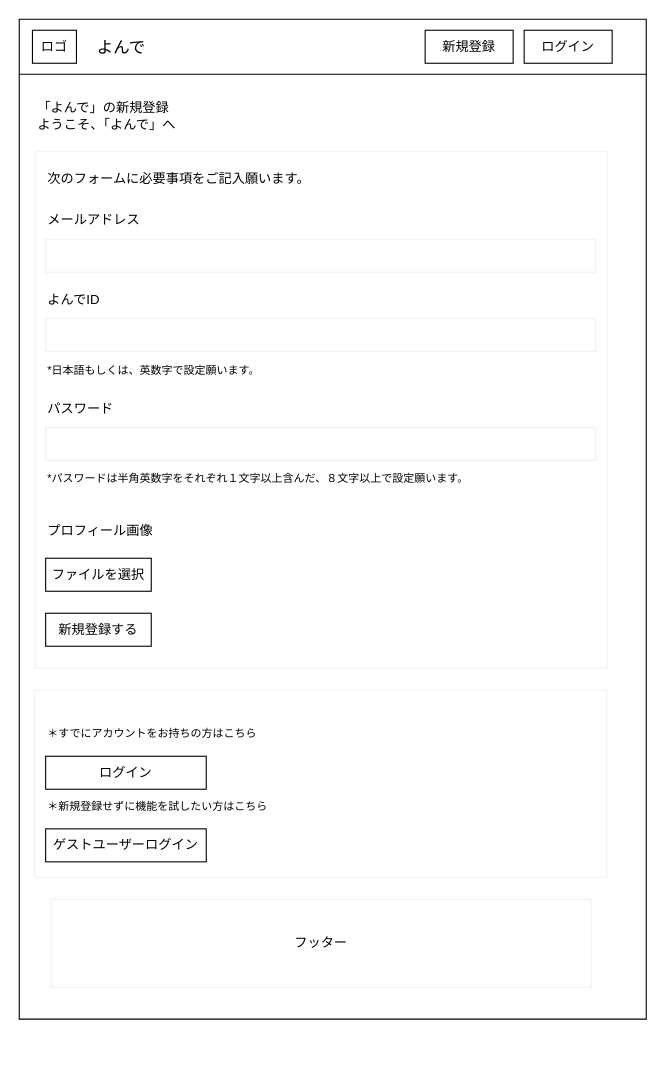
Above: src/doc/wf_signup.drawio in ryamate/Yonde (draw.io), before the change. Source tidied: cells renumbered, new cells numbered last; positions are measured from the earlier drawing's top-left corner, leaving out a move shared by most shapes. Both pictures are drawn from the tidied source at 110%, with x=0, y=0 at pixel (19, 19).
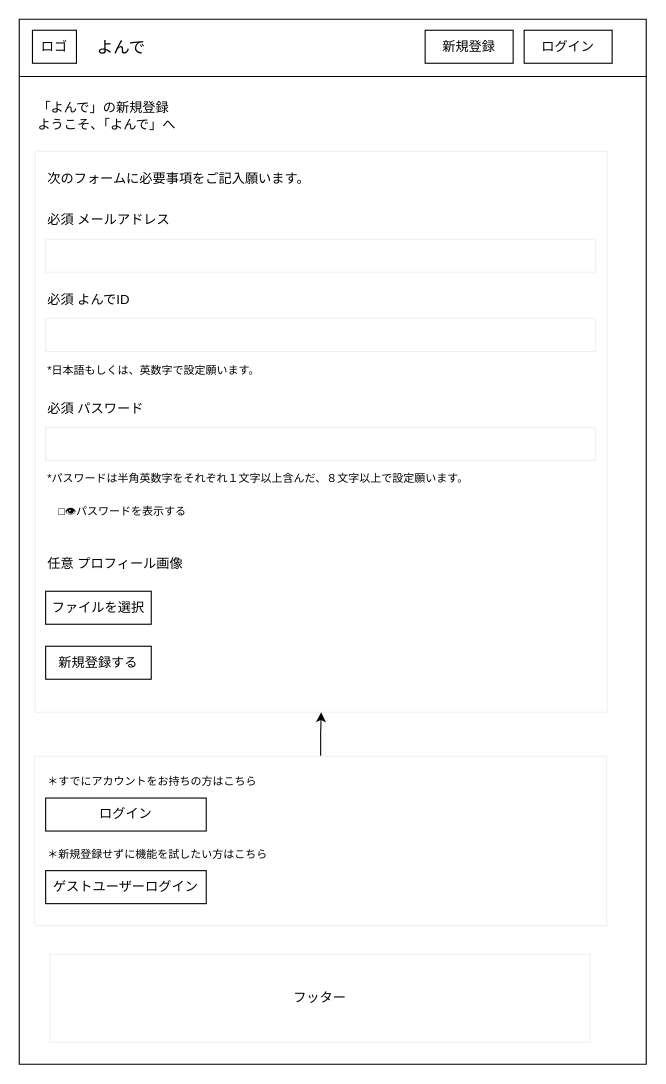
The same diagram, later.

Change to the diagram source:
```diff
@@
     <mxCell id="2" style="shape=table;html=1;whiteSpace=wrap;startSize=0;childLayout=tableLayout;" parent="1" vertex="1">
-      <mxGeometry width="570" height="909" as="geometry" />
+      <mxGeometry width="570" height="950" as="geometry" />
     </mxCell>
     <mxCell id="3" style="shape=partialRectangle;html=1;whiteSpace=wrap;fillColor=none;top=0;left=0;bottom=0;right=0;" parent="2" vertex="1">
-      <mxGeometry width="570" height="50" as="geometry" />
+      <mxGeometry width="570" height="52" as="geometry" />
     </mxCell>
     <mxCell id="4" style="shape=partialRectangle;html=1;whiteSpace=wrap;overflow=hidden;fillColor=none;top=0;left=0;bottom=0;right=0;" parent="3" vertex="1">
-      <mxGeometry width="570" height="50" as="geometry" />
+      <mxGeometry width="570" height="52" as="geometry" />
     </mxCell>
     <mxCell id="5" style="shape=partialRectangle;html=1;whiteSpace=wrap;fillColor=none;top=0;left=0;bottom=0;right=0;" parent="2" vertex="1">
-      <mxGeometry y="50" width="570" height="859" as="geometry" />
+      <mxGeometry y="52" width="570" height="898" as="geometry" />
     </mxCell>
     <mxCell id="6" style="shape=partialRectangle;html=1;whiteSpace=wrap;overflow=hidden;fillColor=none;top=0;left=0;bottom=0;right=0;" parent="5" vertex="1">
-      <mxGeometry width="570" height="859" as="geometry" />
+      <mxGeometry width="570" height="898" as="geometry" />
     </mxCell>
     <mxCell id="7" style="rounded=0;whiteSpace=wrap;html=1;shadow=0;strokeColor=#F0F0F0;" parent="1" vertex="1">
-      <mxGeometry x="14.5" y="120" width="520" height="470" as="geometry" />
+      <mxGeometry x="14.5" y="120" width="520" height="510" as="geometry" />
     </mxCell>
@@
     <mxCell id="12" value="新規登録する" style="rounded=0;whiteSpace=wrap;html=1;" parent="1" vertex="1">
-      <mxGeometry x="24" y="540" width="96" height="30" as="geometry" />
+      <mxGeometry x="24" y="570" width="96" height="30" as="geometry" />
     </mxCell>
@@
     <mxCell id="15" value="フッター" style="rounded=0;whiteSpace=wrap;html=1;shadow=0;strokeColor=#F0F0F0;" parent="1" vertex="1">
-      <mxGeometry x="29" y="800" width="491" height="80" as="geometry" />
+      <mxGeometry x="28" y="850" width="491" height="80" as="geometry" />
     </mxCell>
-    <mxCell id="16" value="メールアドレス" style="rounded=0;whiteSpace=wrap;html=1;strokeColor=none;align=left;" parent="1" vertex="1">
-      <mxGeometry x="24" y="168" width="91" height="30" as="geometry" />
+    <mxCell id="16" value="必須 メールアドレス" style="rounded=0;whiteSpace=wrap;html=1;strokeColor=none;align=left;" parent="1" vertex="1">
+      <mxGeometry x="24" y="168" width="136" height="30" as="geometry" />
     </mxCell>
@@
-    <mxCell id="18" value="よんでID" style="rounded=0;whiteSpace=wrap;html=1;strokeColor=none;align=left;" parent="1" vertex="1">
-      <mxGeometry x="24" y="240" width="91" height="30" as="geometry" />
+    <mxCell id="18" value="必須&amp;nbsp;よんでID" style="rounded=0;whiteSpace=wrap;html=1;strokeColor=none;align=left;" parent="1" vertex="1">
+      <mxGeometry x="24" y="240" width="146" height="30" as="geometry" />
     </mxCell>
@@
-    <mxCell id="20" value="パスワード" style="rounded=0;whiteSpace=wrap;html=1;strokeColor=none;align=left;" parent="1" vertex="1">
-      <mxGeometry x="24" y="339" width="91" height="30" as="geometry" />
+    <mxCell id="20" value="必須&amp;nbsp;パスワード" style="rounded=0;whiteSpace=wrap;html=1;strokeColor=none;align=left;" parent="1" vertex="1">
+      <mxGeometry x="24" y="339" width="136" height="30" as="geometry" />
     </mxCell>
@@
     <mxCell id="24" value="ファイルを選択" style="rounded=0;whiteSpace=wrap;html=1;" parent="1" vertex="1">
-      <mxGeometry x="24" y="490" width="96" height="30" as="geometry" />
+      <mxGeometry x="24" y="520" width="96" height="30" as="geometry" />
     </mxCell>
-    <mxCell id="25" value="プロフィール画像" style="rounded=0;whiteSpace=wrap;html=1;strokeColor=none;align=left;" parent="1" vertex="1">
-      <mxGeometry x="24" y="450" width="106" height="30" as="geometry" />
+    <mxCell id="25" value="任意 プロフィール画像" style="rounded=0;whiteSpace=wrap;html=1;strokeColor=none;align=left;" parent="1" vertex="1">
+      <mxGeometry x="24" y="480" width="176" height="30" as="geometry" />
     </mxCell>
+    <mxCell id="31" style="edgeStyle=orthogonalEdgeStyle;rounded=0;jettySize=auto;html=1;" parent="1" edge="1" source="26" target="7">
+      <mxGeometry relative="1" as="geometry" />
+    </mxCell>
     <mxCell id="26" style="rounded=0;whiteSpace=wrap;html=1;shadow=0;strokeColor=#F0F0F0;" parent="1" vertex="1">
-      <mxGeometry x="14" y="610" width="520" height="170" as="geometry" />
+      <mxGeometry x="14" y="670" width="520" height="154" as="geometry" />
     </mxCell>
     <mxCell id="27" value="＊新規登録せずに機能を試したい方はこちら" style="rounded=0;whiteSpace=wrap;html=1;strokeColor=none;align=left;fontSize=10;" parent="1" vertex="1">
-      <mxGeometry x="24" y="700" width="466" height="30" as="geometry" />
+      <mxGeometry x="24" y="744" width="466" height="30" as="geometry" />
     </mxCell>
     <mxCell id="28" value="ゲストユーザーログイン" style="rounded=0;whiteSpace=wrap;html=1;" parent="1" vertex="1">
-      <mxGeometry x="24" y="736" width="146" height="30" as="geometry" />
+      <mxGeometry x="24" y="774" width="146" height="30" as="geometry" />
     </mxCell>
     <mxCell id="29" value="＊すでにアカウントをお持ちの方はこちら" style="rounded=0;whiteSpace=wrap;html=1;strokeColor=none;align=left;fontSize=10;" parent="1" vertex="1">
-      <mxGeometry x="24" y="634" width="466" height="30" as="geometry" />
+      <mxGeometry x="24" y="678" width="466" height="30" as="geometry" />
     </mxCell>
     <mxCell id="30" value="ログイン" style="rounded=0;whiteSpace=wrap;html=1;" parent="1" vertex="1">
-      <mxGeometry x="24" y="670" width="146" height="30" as="geometry" />
+      <mxGeometry x="24" y="708" width="146" height="30" as="geometry" />
     </mxCell>
+    <mxCell id="32" value="　□👁パスワードを表示する" style="rounded=0;whiteSpace=wrap;html=1;strokeColor=none;align=left;fontSize=10;" parent="1" vertex="1">
+      <mxGeometry x="24" y="432" width="466" height="30" as="geometry" />
+    </mxCell>
```
